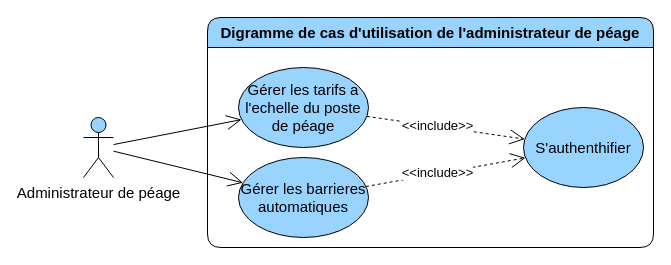
This is page "general" (1 of 3) of diagrams/use-case/administrateur-de-peage.drawio from devlotfi/peage-pay, a draw.io file, before an edit. Source tidied: cells renumbered, new cells numbered last; positions are measured from the earlier drawing's top-left corner, leaving out a move shared by most shapes. Both pictures are drawn from the tidied source at 100%, with x=0, y=0 at pixel (83, 17).
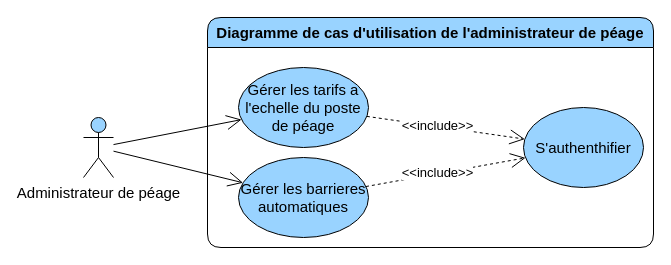
The same page after the edit.

Diff of the diagram source:
```diff
@@
 <mxGraphModel>
   <root>
     <mxCell id="0" />
     <mxCell id="1" parent="0" />
-    <mxCell id="2" value="Digramme de cas d'utilisation de l'administrateur de péage" style="swimlane;whiteSpace=wrap;html=1;rounded=1;fillColor=#99D3FF;fontSize=15;startSize=30;" parent="1" vertex="1">
+    <mxCell id="2" value="Diagramme de cas d'utilisation de l'administrateur de péage" style="swimlane;whiteSpace=wrap;html=1;rounded=1;fillColor=#99D3FF;fontSize=15;startSize=30;" parent="1" vertex="1">
       <mxGeometry x="124" width="446" height="230" as="geometry" />
     </mxCell>
     <mxCell id="3" value="S'authenthifier" style="ellipse;whiteSpace=wrap;html=1;strokeColor=default;align=center;verticalAlign=middle;fontFamily=Helvetica;fontSize=15;fontColor=default;fillColor=#99D3FF;" parent="2" vertex="1">
       <mxGeometry x="316" y="90" width="120" height="80" as="geometry" />
     </mxCell>
     <mxCell id="4" value="Gérer les tarifs a l'echelle du poste de péage" style="ellipse;whiteSpace=wrap;html=1;strokeColor=default;align=center;verticalAlign=middle;fontFamily=Helvetica;fontSize=15;fontColor=default;fillColor=#99D3FF;" parent="2" vertex="1">
       <mxGeometry x="31" y="50" width="130" height="80" as="geometry" />
     </mxCell>
     <mxCell id="5" style="edgeStyle=none;rounded=0;jettySize=auto;html=1;strokeColor=default;align=center;verticalAlign=middle;fontFamily=Helvetica;fontSize=15;fontColor=default;labelBackgroundColor=default;startSize=6;endArrow=open;endFill=0;endSize=13;dashed=1;" parent="2" edge="1" source="4" target="3">
       <mxGeometry relative="1" as="geometry" />
     </mxCell>
     <mxCell id="6" value="&amp;lt;&amp;lt;include&amp;gt;&amp;gt;" style="edgeLabel;html=1;align=center;verticalAlign=middle;strokeColor=default;fontFamily=Helvetica;fontSize=13;fontColor=default;labelBackgroundColor=default;fillColor=#99D3FF;" parent="5" vertex="1">
       <mxGeometry x="-0.11" y="2" relative="1" as="geometry" />
     </mxCell>
     <mxCell id="7" value="Gérer les barrieres automatiques" style="ellipse;whiteSpace=wrap;html=1;strokeColor=default;align=center;verticalAlign=middle;fontFamily=Helvetica;fontSize=15;fontColor=default;fillColor=#99D3FF;" parent="2" vertex="1">
       <mxGeometry x="31" y="140" width="130" height="80" as="geometry" />
     </mxCell>
     <mxCell id="8" style="edgeStyle=none;rounded=0;jettySize=auto;html=1;strokeColor=default;align=center;verticalAlign=middle;fontFamily=Helvetica;fontSize=15;fontColor=default;labelBackgroundColor=default;startSize=6;endArrow=open;endFill=0;endSize=13;dashed=1;" parent="2" edge="1" source="7" target="3">
       <mxGeometry relative="1" as="geometry" />
     </mxCell>
     <mxCell id="9" value="&amp;lt;&amp;lt;include&amp;gt;&amp;gt;" style="edgeLabel;html=1;align=center;verticalAlign=middle;strokeColor=default;fontFamily=Helvetica;fontSize=13;fontColor=default;labelBackgroundColor=default;fillColor=#99D3FF;" parent="8" vertex="1">
       <mxGeometry x="-0.11" y="2" relative="1" as="geometry" />
     </mxCell>
     <mxCell id="10" value="Administrateur&amp;nbsp;de péage" style="shape=umlActor;verticalLabelPosition=bottom;verticalAlign=top;html=1;outlineConnect=0;strokeColor=default;align=center;fontFamily=Helvetica;fontSize=15;fontColor=default;fillColor=#99D3FF;" parent="1" vertex="1">
       <mxGeometry y="100" width="30" height="60" as="geometry" />
     </mxCell>
     <mxCell id="11" style="rounded=0;jettySize=auto;html=1;fontFamily=Helvetica;fontSize=15;fontColor=default;endArrow=open;endFill=0;startSize=6;endSize=13;" parent="1" edge="1" source="10" target="4">
       <mxGeometry relative="1" as="geometry" />
     </mxCell>
     <mxCell id="12" style="rounded=0;jettySize=auto;html=1;fontFamily=Helvetica;fontSize=15;fontColor=default;endArrow=open;endFill=0;startSize=6;endSize=13;" parent="1" edge="1" source="10" target="7">
       <mxGeometry relative="1" as="geometry" />
     </mxCell>
   </root>
 </mxGraphModel>
```
